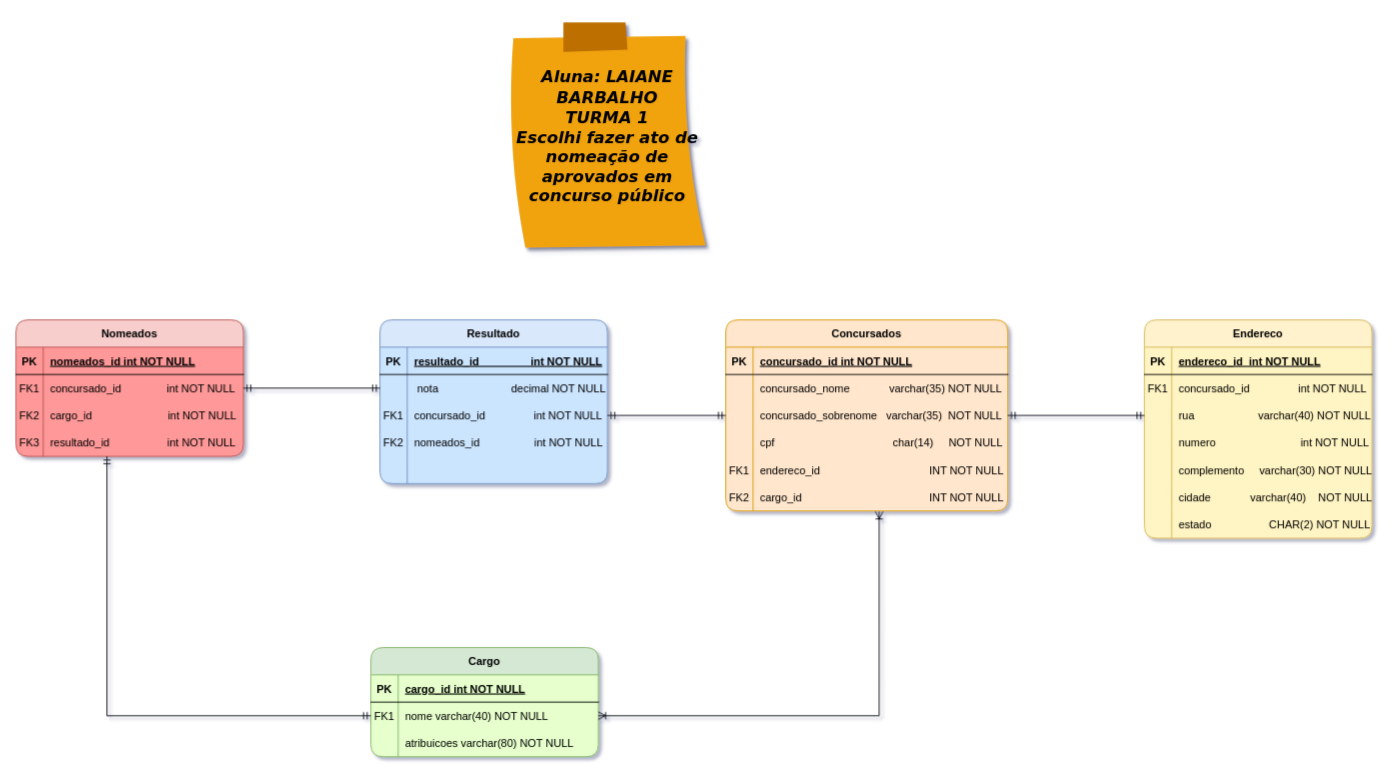
Earlier version of the draw.io diagram Untitled Diagram.drawio (laianebarbalho/CHECKPOINT01_BANCODEDADOS). Source tidied: cells renumbered, new cells numbered last; positions are measured from the earlier drawing's top-left corner, leaving out a move shared by most shapes. Both pictures are drawn from the tidied source at 91%, with x=0, y=0 at pixel (15, 22).
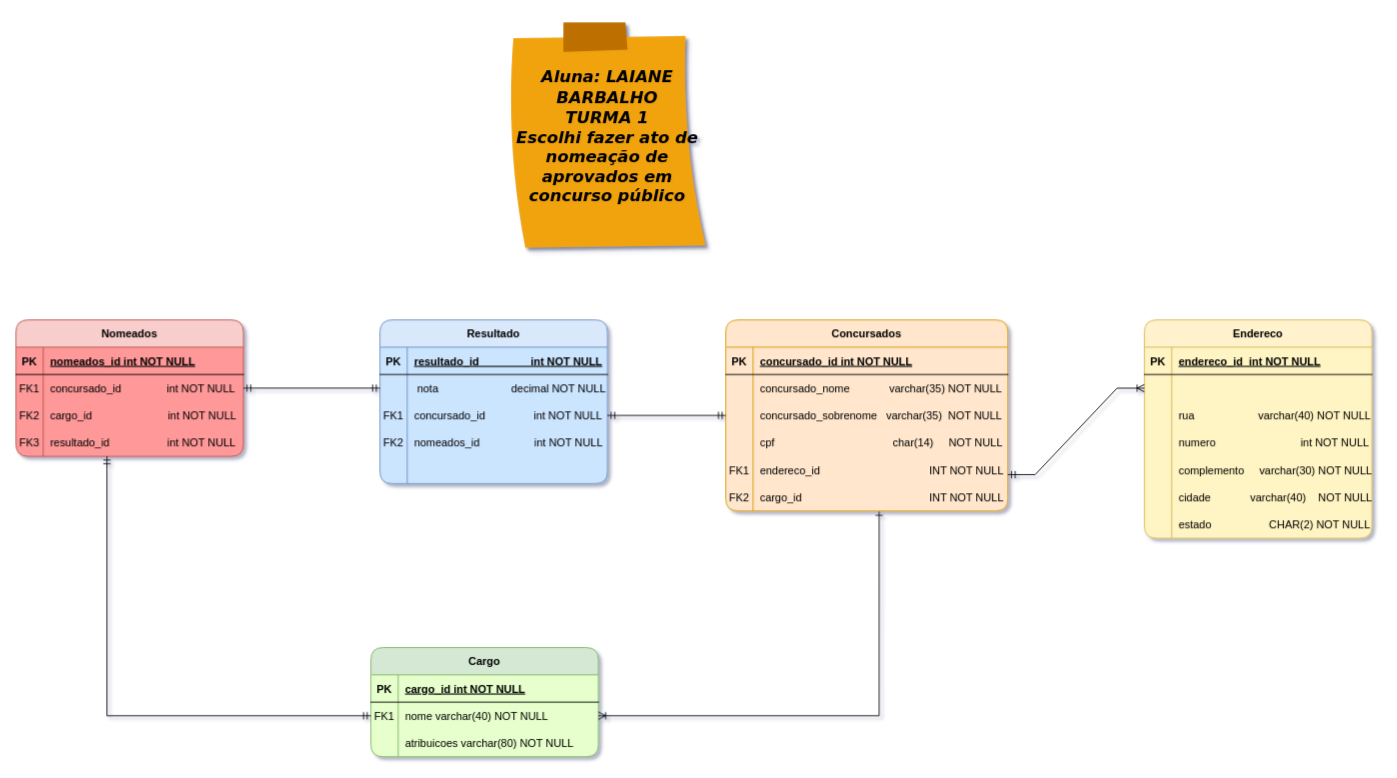
The same page after the edit.

Commit message:
Checkpoint01 Corrigido

Unchanged cells that the change refers to:
```xml
<mxCell id="6" style="shape=partialRectangle;fillColor=none;points=[[0,0.5],[1,0.5]];portConstraint=eastwest;top=0;left=0;right=0;bottom=0;" parent="2" vertex="1">
  <mxGeometry y="60" width="250" height="30" as="geometry" />
</mxCell>
<mxCell id="9" style="shape=partialRectangle;fillColor=none;points=[[0,0.5],[1,0.5]];portConstraint=eastwest;top=0;left=0;right=0;bottom=0;" parent="2" vertex="1">
  <mxGeometry y="90" width="250" height="30" as="geometry" />
</mxCell>
<mxCell id="28" style="shape=partialRectangle;fillColor=none;points=[[0,0.5],[1,0.5]];portConstraint=eastwest;top=0;left=0;right=0;bottom=0;" parent="24" vertex="1">
  <mxGeometry y="60" width="250" height="30" as="geometry" />
</mxCell>
<mxCell id="41" style="shape=partialRectangle;fillColor=none;points=[[0,0.5],[1,0.5]];portConstraint=eastwest;top=0;left=0;right=0;bottom=0;" parent="34" vertex="1">
  <mxGeometry y="90" width="310" height="30" as="geometry" />
</mxCell>
<mxCell id="50" style="shape=partialRectangle;fillColor=none;points=[[0,0.5],[1,0.5]];portConstraint=eastwest;top=0;left=0;right=0;bottom=0;" parent="34" vertex="1">
  <mxGeometry y="180" width="310" height="30" as="geometry" />
</mxCell>
```

Diff of the diagram source:
```diff
@@
-    <mxCell id="7" value="FK1" style="shape=partialRectangle;overflow=hidden;fillColor=none;top=0;left=0;bottom=0;right=0;" parent="6" vertex="1">
+    <mxCell id="7" style="shape=partialRectangle;overflow=hidden;fillColor=none;top=0;left=0;bottom=0;right=0;" parent="6" vertex="1">
       <mxGeometry width="30" height="30" as="geometry" />
     </mxCell>
-    <mxCell id="8" value="concursado_id                int NOT NULL" style="shape=partialRectangle;overflow=hidden;fillColor=none;top=0;left=0;bottom=0;right=0;align=left;spacingLeft=6;" parent="6" vertex="1">
+    <mxCell id="8" style="shape=partialRectangle;overflow=hidden;fillColor=none;top=0;left=0;bottom=0;right=0;align=left;spacingLeft=6;" parent="6" vertex="1">
       <mxGeometry x="30" width="220" height="30" as="geometry" />
     </mxCell>
@@
-    <mxCell id="83" style="edgeStyle=orthogonalEdgeStyle;jettySize=auto;html=1;startArrow=ERoneToMany;startFill=0;jumpStyle=none;strokeColor=default;rounded=0;endArrow=ERoneToMany;endFill=0;entryX=0.544;entryY=1.026;entryDx=0;entryDy=0;entryPerimeter=0;" parent="1" edge="1" source="28" target="50">
+    <mxCell id="83" style="edgeStyle=orthogonalEdgeStyle;jettySize=auto;html=1;startArrow=ERoneToMany;startFill=0;jumpStyle=none;strokeColor=default;rounded=0;endArrow=ERone;endFill=0;entryX=0.544;entryY=1.026;entryDx=0;entryDy=0;entryPerimeter=0;" parent="1" edge="1" source="28" target="50">
       <mxGeometry relative="1" as="geometry" />
     </mxCell>
@@
-    <mxCell id="87" style="edgeStyle=orthogonalEdgeStyle;rounded=0;jumpStyle=none;jettySize=auto;html=1;exitX=1;exitY=0.5;exitDx=0;exitDy=0;entryX=0;entryY=0.5;entryDx=0;entryDy=0;startArrow=ERmandOne;startFill=0;endArrow=ERmandOne;endFill=0;strokeColor=default;" parent="1" edge="1" source="41" target="9">
-      <mxGeometry relative="1" as="geometry" />
-    </mxCell>
@@
+    <mxCell id="89" style="edgeStyle=entityRelationEdgeStyle;fontSize=12;html=1;endArrow=ERoneToMany;startArrow=ERmandOne;rounded=0;entryX=0;entryY=0.5;entryDx=0;entryDy=0;" parent="1" edge="1" target="6">
+      <mxGeometry relative="1" as="geometry">
+        <mxPoint x="1090" y="497" as="sourcePoint" />
+      </mxGeometry>
+    </mxCell>
```
